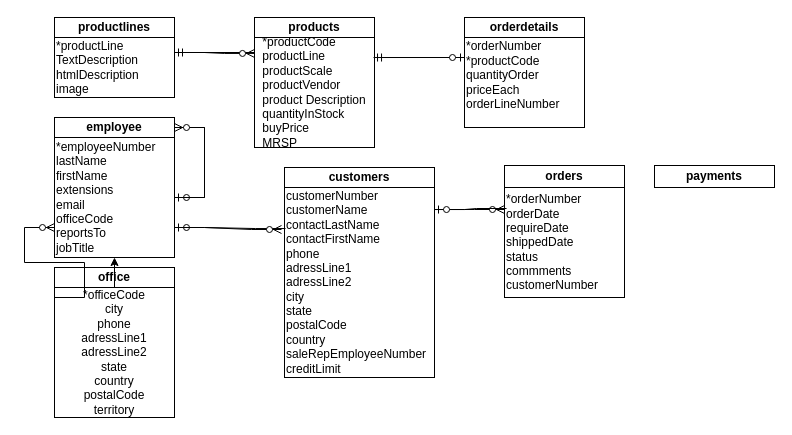
The draw.io diagram Untitled Diagram.drawio in hanif939/Project-DataWarehouse, before the edit. Source tidied: cells renumbered, new cells numbered last; positions are measured from the earlier drawing's top-left corner, leaving out a move shared by most shapes. Both pictures are drawn from the tidied source at 100%, with x=0, y=0 at pixel (54, 17).
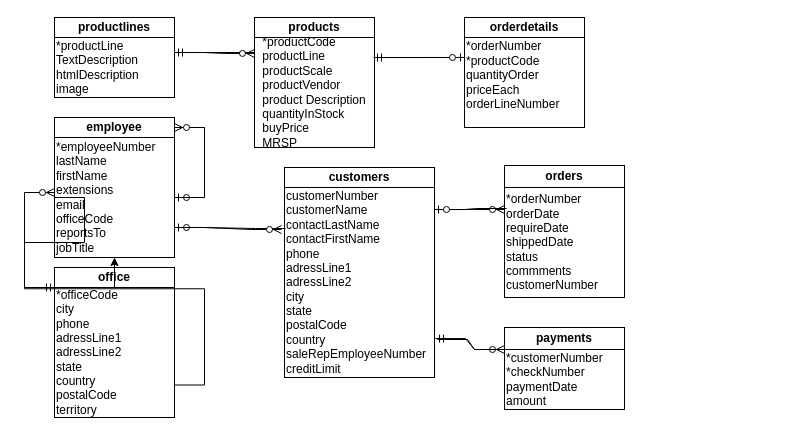
The same page after the edit.

Commit message:
UTS Data Warehouse

The change refers to these unchanged cells:
```xml
<mxCell id="13" value="&lt;div align=&quot;left&quot;&gt;*employeeNumber&lt;/div&gt;&lt;div align=&quot;left&quot;&gt;lastName&lt;/div&gt;&lt;div align=&quot;left&quot;&gt;firstName&lt;/div&gt;&lt;div align=&quot;left&quot;&gt;extensions&lt;/div&gt;&lt;div align=&quot;left&quot;&gt;email&lt;/div&gt;&lt;div align=&quot;left&quot;&gt;officeCode&lt;/div&gt;&lt;div align=&quot;left&quot;&gt;reportsTo&lt;/div&gt;&lt;div align=&quot;left&quot;&gt;jobTitle&lt;br&gt;&lt;/div&gt;" style="rounded=0;whiteSpace=wrap;html=1;align=left;" parent="1" vertex="1">
  <mxGeometry y="120" width="120" height="120" as="geometry" />
</mxCell>
<mxCell id="17" value="&lt;div align=&quot;left&quot;&gt;customerNumber&lt;/div&gt;&lt;div align=&quot;left&quot;&gt;customerName&lt;/div&gt;&lt;div align=&quot;left&quot;&gt;contactLastName&lt;/div&gt;&lt;div align=&quot;left&quot;&gt;contactFirstName&lt;/div&gt;&lt;div align=&quot;left&quot;&gt;phone&lt;/div&gt;&lt;div align=&quot;left&quot;&gt;adressLine1&lt;/div&gt;&lt;div align=&quot;left&quot;&gt;adressLine2&lt;/div&gt;&lt;div align=&quot;left&quot;&gt;city&lt;/div&gt;&lt;div align=&quot;left&quot;&gt;state&lt;/div&gt;&lt;div align=&quot;left&quot;&gt;postalCode&lt;/div&gt;&lt;div align=&quot;left&quot;&gt;country&lt;/div&gt;&lt;div align=&quot;left&quot;&gt;saleRepEmployeeNumber&lt;/div&gt;&lt;div align=&quot;left&quot;&gt;creditLimit&lt;br&gt;&lt;/div&gt;" style="rounded=0;whiteSpace=wrap;html=1;align=left;" parent="1" vertex="1">
  <mxGeometry x="230" y="170" width="150" height="190" as="geometry" />
</mxCell>
```

The edit, as a diff of the source:
```diff
@@
-    <mxCell id="26" value="&lt;div&gt;*officeCode&lt;/div&gt;&lt;div&gt;city&lt;/div&gt;&lt;div&gt;phone&lt;/div&gt;&lt;div&gt;adressLine1&lt;/div&gt;&lt;div&gt;adressLine2&lt;/div&gt;&lt;div&gt;state&lt;/div&gt;&lt;div&gt;country&lt;/div&gt;&lt;div&gt;postalCode&lt;/div&gt;&lt;div&gt;territory&lt;br&gt;&lt;/div&gt;" style="rounded=0;whiteSpace=wrap;html=1;" parent="1" vertex="1">
+    <mxCell id="26" value="&lt;div align=&quot;left&quot;&gt;*officeCode&lt;/div&gt;&lt;div align=&quot;left&quot;&gt;city&lt;/div&gt;&lt;div align=&quot;left&quot;&gt;phone&lt;/div&gt;&lt;div align=&quot;left&quot;&gt;adressLine1&lt;/div&gt;&lt;div align=&quot;left&quot;&gt;adressLine2&lt;/div&gt;&lt;div align=&quot;left&quot;&gt;state&lt;/div&gt;&lt;div align=&quot;left&quot;&gt;country&lt;/div&gt;&lt;div align=&quot;left&quot;&gt;postalCode&lt;/div&gt;&lt;div align=&quot;left&quot;&gt;territory&lt;br&gt;&lt;/div&gt;" style="rounded=0;whiteSpace=wrap;html=1;align=left;" parent="1" vertex="1">
       <mxGeometry y="270" width="120" height="130" as="geometry" />
     </mxCell>
     <mxCell id="27" value="&lt;b&gt;payments&lt;/b&gt;" style="rounded=0;whiteSpace=wrap;html=1;" parent="1" vertex="1">
-      <mxGeometry x="600" y="148" width="120" height="22" as="geometry" />
+      <mxGeometry x="450" y="310" width="120" height="22" as="geometry" />
     </mxCell>
-    <mxCell id="28" style="edgeStyle=entityRelationEdgeStyle;fontSize=12;html=1;endArrow=ERzeroToMany;endFill=1;rounded=0;entryX=1;entryY=0.5;entryDx=0;entryDy=0;" parent="1" edge="1">
-      <mxGeometry relative="1" as="geometry">
-        <mxPoint y="280" as="sourcePoint" />
-        <mxPoint y="210" as="targetPoint" />
-      </mxGeometry>
-    </mxCell>
+    <mxCell id="29" value="&lt;div align=&quot;left&quot;&gt;*customerNumber&lt;/div&gt;&lt;div align=&quot;left&quot;&gt;*checkNumber&lt;/div&gt;&lt;div align=&quot;left&quot;&gt;paymentDate&lt;/div&gt;&lt;div align=&quot;left&quot;&gt;amount&lt;br&gt;&lt;/div&gt;" style="rounded=0;whiteSpace=wrap;html=1;align=left;" parent="1" vertex="1">
+      <mxGeometry x="450" y="332" width="120" height="60" as="geometry" />
+    </mxCell>
+    <mxCell id="30" style="edgeStyle=entityRelationEdgeStyle;fontSize=12;html=1;endArrow=ERzeroToMany;endFill=1;rounded=0;exitX=1;exitY=0.75;exitDx=0;exitDy=0;" parent="1" edge="1" source="26">
+      <mxGeometry relative="1" as="geometry">
+        <mxPoint y="175" as="targetPoint" />
+      </mxGeometry>
+    </mxCell>
+    <mxCell id="31" style="edgeStyle=entityRelationEdgeStyle;fontSize=12;html=1;endArrow=ERmandOne;rounded=0;exitX=0;exitY=0.5;exitDx=0;exitDy=0;" parent="1" edge="1" source="13">
+      <mxGeometry relative="1" as="geometry">
+        <mxPoint y="270" as="targetPoint" />
+      </mxGeometry>
+    </mxCell>
+    <mxCell id="32" style="edgeStyle=entityRelationEdgeStyle;fontSize=12;html=1;endArrow=ERzeroToMany;endFill=1;rounded=0;exitX=1.02;exitY=0.8;exitDx=0;exitDy=0;exitPerimeter=0;" parent="1" edge="1" source="17">
+      <mxGeometry relative="1" as="geometry">
+        <mxPoint x="450" y="332" as="targetPoint" />
+      </mxGeometry>
+    </mxCell>
+    <mxCell id="33" style="edgeStyle=entityRelationEdgeStyle;fontSize=12;html=1;endArrow=ERmandOne;rounded=0;entryX=1.007;entryY=0.795;entryDx=0;entryDy=0;entryPerimeter=0;exitX=0;exitY=1;exitDx=0;exitDy=0;" parent="1" edge="1" source="27" target="17">
+      <mxGeometry relative="1" as="geometry" />
+    </mxCell>
```
